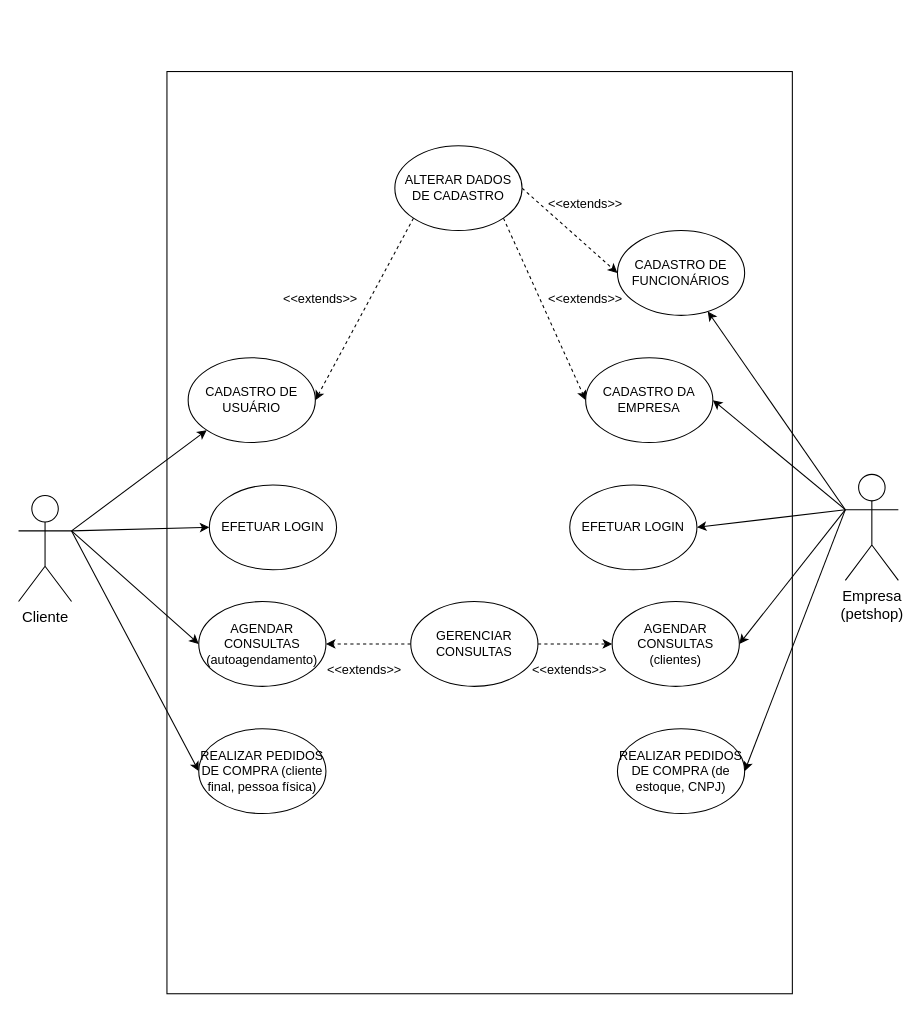
This is diagrams/use_case_diagram.drawio from MatheusFreitas98/PetLovers, a draw.io file, before an edit. Source tidied: cells renumbered, new cells numbered last; positions are measured from the earlier drawing's top-left corner, leaving out a move shared by most shapes. Both pictures are drawn from the tidied source at 106%, with x=0, y=0 at pixel (18, 71).
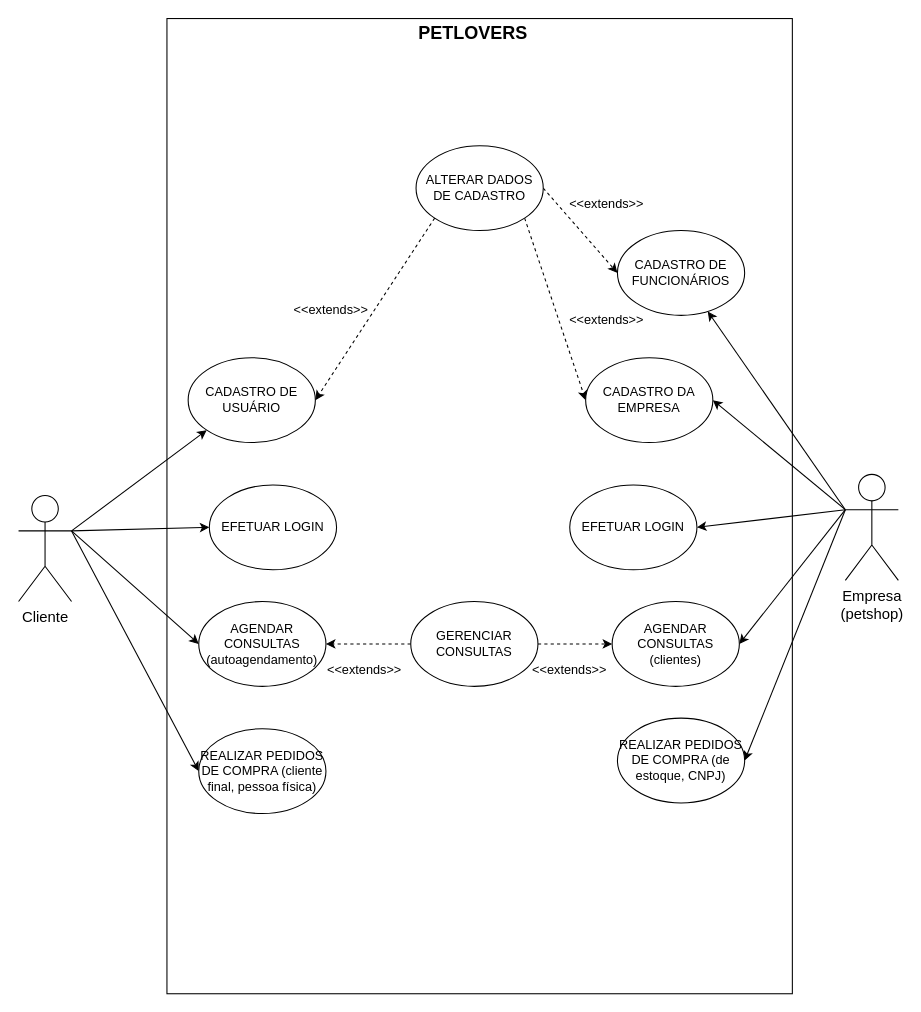
The same page after the edit.

The edit, as a diff of the source:
```diff
@@
     <mxCell id="2" style="rounded=0;whiteSpace=wrap;html=1;glass=0;fillColor=none;strokeWidth=1;" parent="1" vertex="1">
-      <mxGeometry x="140" width="590" height="870" as="geometry" />
+      <mxGeometry x="140" y="-50" width="590" height="920" as="geometry" />
     </mxCell>
@@
     <mxCell id="14" value="ALTERAR DADOS DE CADASTRO" style="ellipse;whiteSpace=wrap;html=1;" parent="1" vertex="1">
-      <mxGeometry x="355" y="70" width="120" height="80" as="geometry" />
+      <mxGeometry x="375" y="70" width="120" height="80" as="geometry" />
     </mxCell>
@@
     <mxCell id="23" value="&amp;lt;&amp;lt;extends&amp;gt;&amp;gt;" style="text;html=1;strokeColor=none;fillColor=none;align=center;verticalAlign=middle;whiteSpace=wrap;rounded=0;" parent="1" vertex="1">
-      <mxGeometry x="240" y="200" width="90" height="30" as="geometry" />
+      <mxGeometry x="250" y="210" width="90" height="30" as="geometry" />
     </mxCell>
     <mxCell id="24" value="&amp;lt;&amp;lt;extends&amp;gt;&amp;gt;" style="text;html=1;strokeColor=none;fillColor=none;align=center;verticalAlign=middle;whiteSpace=wrap;rounded=0;" parent="1" vertex="1">
-      <mxGeometry x="490" y="200" width="90" height="30" as="geometry" />
+      <mxGeometry x="510" y="220" width="90" height="30" as="geometry" />
     </mxCell>
@@
     <mxCell id="32" value="REALIZAR PEDIDOS DE COMPRA (de estoque, CNPJ)" style="ellipse;whiteSpace=wrap;html=1;" parent="1" vertex="1">
-      <mxGeometry x="565" y="620" width="120" height="80" as="geometry" />
+      <mxGeometry x="565" y="610" width="120" height="80" as="geometry" />
     </mxCell>
@@
     <mxCell id="34" value="&amp;lt;&amp;lt;extends&amp;gt;&amp;gt;" style="text;html=1;strokeColor=none;fillColor=none;align=center;verticalAlign=middle;whiteSpace=wrap;rounded=0;" parent="1" vertex="1">
-      <mxGeometry x="490" y="110" width="90" height="30" as="geometry" />
+      <mxGeometry x="510" y="110" width="90" height="30" as="geometry" />
     </mxCell>
+    <mxCell id="35" value="&lt;font style=&quot;font-size: 17px;&quot;&gt;&lt;b&gt;PETLOVERS&lt;/b&gt;&lt;/font&gt;" style="text;html=1;strokeColor=none;fillColor=none;align=center;verticalAlign=middle;whiteSpace=wrap;rounded=0;" parent="1" vertex="1">
+      <mxGeometry x="368" y="-50" width="122" height="30" as="geometry" />
+    </mxCell>
```
